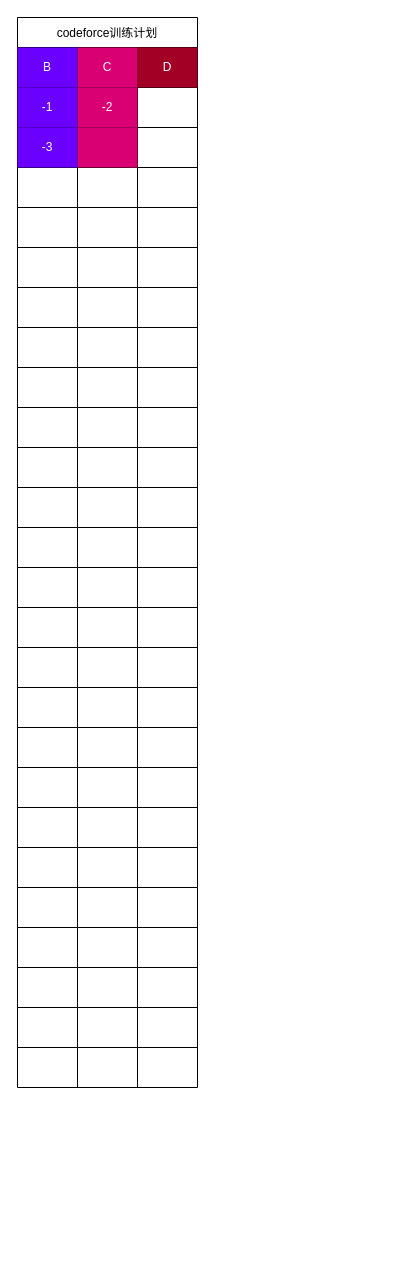
This is plan/codeforce.drawio from LightEverything/template, a draw.io file, before an edit. Source tidied: cells renumbered, new cells numbered last; positions are measured from the earlier drawing's top-left corner, leaving out a move shared by most shapes. Both pictures are drawn from the tidied source at 100%, with x=0, y=0 at pixel (17, 17).
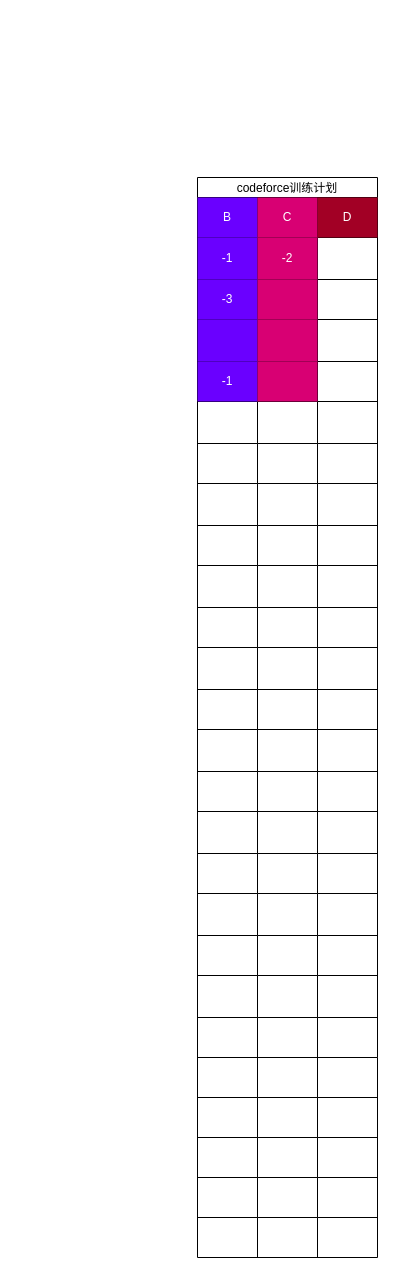
The same diagram, later.

Commit message (it also covers changes not shown here):
添加了单样例

What changed in the source:
```diff
@@
-    <mxCell id="2" value="codeforce训练计划" style="shape=table;startSize=30;childLayout=tableLayout;" parent="1" vertex="1">
-      <mxGeometry width="180" height="870" as="geometry" />
+    <mxCell id="2" value="codeforce训练计划" style="shape=table;startSize=20;childLayout=tableLayout;" parent="1" vertex="1">
+      <mxGeometry x="180" y="160" width="180" height="880" as="geometry" />
     </mxCell>
     <mxCell id="3" style="shape=partialRectangle;fillColor=none;top=0;left=0;bottom=0;right=0;" parent="2" vertex="1">
-      <mxGeometry y="30" width="180" height="40" as="geometry" />
+      <mxGeometry y="20" width="180" height="40" as="geometry" />
     </mxCell>
@@
     <mxCell id="7" style="shape=partialRectangle;fillColor=none;top=0;left=0;bottom=0;right=0;" parent="2" vertex="1">
-      <mxGeometry y="70" width="180" height="40" as="geometry" />
+      <mxGeometry y="60" width="180" height="42" as="geometry" />
     </mxCell>
     <mxCell id="8" value="-1" style="shape=partialRectangle;html=1;whiteSpace=wrap;overflow=hidden;fillColor=#6a00ff;top=0;left=0;bottom=0;right=0;fontColor=#ffffff;strokeColor=#3700CC;" parent="7" vertex="1">
-      <mxGeometry width="60" height="40" as="geometry" />
+      <mxGeometry width="60" height="42" as="geometry" />
     </mxCell>
     <mxCell id="9" value="-2" style="shape=partialRectangle;html=1;whiteSpace=wrap;overflow=hidden;fillColor=#d80073;top=0;left=0;bottom=0;right=0;fontColor=#ffffff;strokeColor=#A50040;" parent="7" vertex="1">
-      <mxGeometry x="60" width="60" height="40" as="geometry" />
+      <mxGeometry x="60" width="60" height="42" as="geometry" />
     </mxCell>
     <mxCell id="10" style="shape=partialRectangle;html=1;whiteSpace=wrap;overflow=hidden;fillColor=none;top=0;left=0;bottom=0;right=0;" parent="7" vertex="1">
-      <mxGeometry x="120" width="60" height="40" as="geometry" />
+      <mxGeometry x="120" width="60" height="42" as="geometry" />
     </mxCell>
     <mxCell id="11" style="shape=partialRectangle;fillColor=none;top=0;left=0;bottom=0;right=0;" parent="2" vertex="1">
-      <mxGeometry y="110" width="180" height="40" as="geometry" />
+      <mxGeometry y="102" width="180" height="40" as="geometry" />
     </mxCell>
@@
     <mxCell id="15" style="shape=partialRectangle;fillColor=none;top=0;left=0;bottom=0;right=0;" parent="2" vertex="1">
-      <mxGeometry y="150" width="180" height="40" as="geometry" />
+      <mxGeometry y="142" width="180" height="42" as="geometry" />
     </mxCell>
-    <mxCell id="16" style="shape=partialRectangle;html=1;whiteSpace=wrap;overflow=hidden;fillColor=none;top=0;left=0;bottom=0;right=0;" parent="15" vertex="1">
-      <mxGeometry width="60" height="40" as="geometry" />
+    <mxCell id="16" style="shape=partialRectangle;html=1;whiteSpace=wrap;overflow=hidden;fillColor=#6a00ff;top=0;left=0;bottom=0;right=0;fontColor=#ffffff;strokeColor=#3700CC;" parent="15" vertex="1">
+      <mxGeometry width="60" height="42" as="geometry" />
     </mxCell>
-    <mxCell id="17" style="shape=partialRectangle;html=1;whiteSpace=wrap;overflow=hidden;fillColor=none;top=0;left=0;bottom=0;right=0;" parent="15" vertex="1">
-      <mxGeometry x="60" width="60" height="40" as="geometry" />
+    <mxCell id="17" style="shape=partialRectangle;html=1;whiteSpace=wrap;overflow=hidden;fillColor=#d80073;top=0;left=0;bottom=0;right=0;fontColor=#ffffff;strokeColor=#A50040;" parent="15" vertex="1">
+      <mxGeometry x="60" width="60" height="42" as="geometry" />
     </mxCell>
     <mxCell id="18" style="shape=partialRectangle;html=1;whiteSpace=wrap;overflow=hidden;fillColor=none;top=0;left=0;bottom=0;right=0;" parent="15" vertex="1">
-      <mxGeometry x="120" width="60" height="40" as="geometry" />
+      <mxGeometry x="120" width="60" height="42" as="geometry" />
     </mxCell>
     <mxCell id="19" style="shape=partialRectangle;fillColor=none;top=0;left=0;bottom=0;right=0;" parent="2" vertex="1">
-      <mxGeometry y="190" width="180" height="40" as="geometry" />
+      <mxGeometry y="184" width="180" height="40" as="geometry" />
     </mxCell>
-    <mxCell id="20" style="shape=partialRectangle;html=1;whiteSpace=wrap;overflow=hidden;fillColor=none;top=0;left=0;bottom=0;right=0;" parent="19" vertex="1">
+    <mxCell id="20" value="-1" style="shape=partialRectangle;html=1;whiteSpace=wrap;overflow=hidden;fillColor=#6a00ff;top=0;left=0;bottom=0;right=0;fontColor=#ffffff;strokeColor=#3700CC;" parent="19" vertex="1">
       <mxGeometry width="60" height="40" as="geometry" />
     </mxCell>
-    <mxCell id="21" style="shape=partialRectangle;html=1;whiteSpace=wrap;overflow=hidden;fillColor=none;top=0;left=0;bottom=0;right=0;" parent="19" vertex="1">
+    <mxCell id="21" style="shape=partialRectangle;html=1;whiteSpace=wrap;overflow=hidden;fillColor=#d80073;top=0;left=0;bottom=0;right=0;fontColor=#ffffff;strokeColor=#A50040;" parent="19" vertex="1">
       <mxGeometry x="60" width="60" height="40" as="geometry" />
     </mxCell>
@@
     <mxCell id="23" style="shape=partialRectangle;fillColor=none;top=0;left=0;bottom=0;right=0;" parent="2" vertex="1">
-      <mxGeometry y="230" width="180" height="40" as="geometry" />
+      <mxGeometry y="224" width="180" height="42" as="geometry" />
     </mxCell>
     <mxCell id="24" style="shape=partialRectangle;html=1;whiteSpace=wrap;overflow=hidden;fillColor=none;top=0;left=0;bottom=0;right=0;" parent="23" vertex="1">
-      <mxGeometry width="60" height="40" as="geometry" />
+      <mxGeometry width="60" height="42" as="geometry" />
     </mxCell>
     <mxCell id="25" style="shape=partialRectangle;html=1;whiteSpace=wrap;overflow=hidden;fillColor=none;top=0;left=0;bottom=0;right=0;" parent="23" vertex="1">
-      <mxGeometry x="60" width="60" height="40" as="geometry" />
+      <mxGeometry x="60" width="60" height="42" as="geometry" />
     </mxCell>
     <mxCell id="26" style="shape=partialRectangle;html=1;whiteSpace=wrap;overflow=hidden;fillColor=none;top=0;left=0;bottom=0;right=0;" parent="23" vertex="1">
-      <mxGeometry x="120" width="60" height="40" as="geometry" />
+      <mxGeometry x="120" width="60" height="42" as="geometry" />
     </mxCell>
     <mxCell id="27" style="shape=partialRectangle;fillColor=none;top=0;left=0;bottom=0;right=0;" parent="2" vertex="1">
-      <mxGeometry y="270" width="180" height="40" as="geometry" />
+      <mxGeometry y="266" width="180" height="40" as="geometry" />
     </mxCell>
@@
     <mxCell id="31" style="shape=partialRectangle;fillColor=none;top=0;left=0;bottom=0;right=0;" parent="2" vertex="1">
-      <mxGeometry y="310" width="180" height="40" as="geometry" />
+      <mxGeometry y="306" width="180" height="42" as="geometry" />
     </mxCell>
     <mxCell id="32" style="shape=partialRectangle;html=1;whiteSpace=wrap;overflow=hidden;fillColor=none;top=0;left=0;bottom=0;right=0;" parent="31" vertex="1">
-      <mxGeometry width="60" height="40" as="geometry" />
+      <mxGeometry width="60" height="42" as="geometry" />
     </mxCell>
     <mxCell id="33" style="shape=partialRectangle;html=1;whiteSpace=wrap;overflow=hidden;fillColor=none;top=0;left=0;bottom=0;right=0;" parent="31" vertex="1">
-      <mxGeometry x="60" width="60" height="40" as="geometry" />
+      <mxGeometry x="60" width="60" height="42" as="geometry" />
     </mxCell>
     <mxCell id="34" style="shape=partialRectangle;html=1;whiteSpace=wrap;overflow=hidden;fillColor=none;top=0;left=0;bottom=0;right=0;" parent="31" vertex="1">
-      <mxGeometry x="120" width="60" height="40" as="geometry" />
+      <mxGeometry x="120" width="60" height="42" as="geometry" />
     </mxCell>
     <mxCell id="35" style="shape=partialRectangle;fillColor=none;top=0;left=0;bottom=0;right=0;" parent="2" vertex="1">
-      <mxGeometry y="350" width="180" height="40" as="geometry" />
+      <mxGeometry y="348" width="180" height="40" as="geometry" />
     </mxCell>
@@
     <mxCell id="39" style="shape=partialRectangle;fillColor=none;top=0;left=0;bottom=0;right=0;" parent="2" vertex="1">
-      <mxGeometry y="390" width="180" height="40" as="geometry" />
+      <mxGeometry y="388" width="180" height="42" as="geometry" />
     </mxCell>
     <mxCell id="40" style="shape=partialRectangle;html=1;whiteSpace=wrap;overflow=hidden;fillColor=none;top=0;left=0;bottom=0;right=0;" parent="39" vertex="1">
-      <mxGeometry width="60" height="40" as="geometry" />
+      <mxGeometry width="60" height="42" as="geometry" />
     </mxCell>
     <mxCell id="41" style="shape=partialRectangle;html=1;whiteSpace=wrap;overflow=hidden;fillColor=none;top=0;left=0;bottom=0;right=0;" parent="39" vertex="1">
-      <mxGeometry x="60" width="60" height="40" as="geometry" />
+      <mxGeometry x="60" width="60" height="42" as="geometry" />
     </mxCell>
     <mxCell id="42" style="shape=partialRectangle;html=1;whiteSpace=wrap;overflow=hidden;fillColor=none;top=0;left=0;bottom=0;right=0;" parent="39" vertex="1">
-      <mxGeometry x="120" width="60" height="40" as="geometry" />
+      <mxGeometry x="120" width="60" height="42" as="geometry" />
     </mxCell>
@@
     <mxCell id="47" style="shape=partialRectangle;fillColor=none;top=0;left=0;bottom=0;right=0;" parent="2" vertex="1">
-      <mxGeometry y="470" width="180" height="40" as="geometry" />
+      <mxGeometry y="470" width="180" height="42" as="geometry" />
     </mxCell>
     <mxCell id="48" style="shape=partialRectangle;html=1;whiteSpace=wrap;overflow=hidden;fillColor=none;top=0;left=0;bottom=0;right=0;" parent="47" vertex="1">
-      <mxGeometry width="60" height="40" as="geometry" />
+      <mxGeometry width="60" height="42" as="geometry" />
     </mxCell>
     <mxCell id="49" style="shape=partialRectangle;html=1;whiteSpace=wrap;overflow=hidden;fillColor=none;top=0;left=0;bottom=0;right=0;" parent="47" vertex="1">
-      <mxGeometry x="60" width="60" height="40" as="geometry" />
+      <mxGeometry x="60" width="60" height="42" as="geometry" />
     </mxCell>
     <mxCell id="50" style="shape=partialRectangle;html=1;whiteSpace=wrap;overflow=hidden;fillColor=none;top=0;left=0;bottom=0;right=0;" parent="47" vertex="1">
-      <mxGeometry x="120" width="60" height="40" as="geometry" />
+      <mxGeometry x="120" width="60" height="42" as="geometry" />
     </mxCell>
     <mxCell id="51" style="shape=partialRectangle;fillColor=none;top=0;left=0;bottom=0;right=0;" parent="2" vertex="1">
-      <mxGeometry y="510" width="180" height="40" as="geometry" />
+      <mxGeometry y="512" width="180" height="40" as="geometry" />
     </mxCell>
@@
     <mxCell id="55" style="shape=partialRectangle;fillColor=none;top=0;left=0;bottom=0;right=0;" parent="2" vertex="1">
-      <mxGeometry y="550" width="180" height="40" as="geometry" />
+      <mxGeometry y="552" width="180" height="42" as="geometry" />
     </mxCell>
     <mxCell id="56" style="shape=partialRectangle;html=1;whiteSpace=wrap;overflow=hidden;fillColor=none;top=0;left=0;bottom=0;right=0;" parent="55" vertex="1">
-      <mxGeometry width="60" height="40" as="geometry" />
+      <mxGeometry width="60" height="42" as="geometry" />
     </mxCell>
     <mxCell id="57" style="shape=partialRectangle;html=1;whiteSpace=wrap;overflow=hidden;fillColor=none;top=0;left=0;bottom=0;right=0;" parent="55" vertex="1">
-      <mxGeometry x="60" width="60" height="40" as="geometry" />
+      <mxGeometry x="60" width="60" height="42" as="geometry" />
     </mxCell>
     <mxCell id="58" style="shape=partialRectangle;html=1;whiteSpace=wrap;overflow=hidden;fillColor=none;top=0;left=0;bottom=0;right=0;" parent="55" vertex="1">
-      <mxGeometry x="120" width="60" height="40" as="geometry" />
+      <mxGeometry x="120" width="60" height="42" as="geometry" />
     </mxCell>
     <mxCell id="59" style="shape=partialRectangle;fillColor=none;top=0;left=0;bottom=0;right=0;" parent="2" vertex="1">
-      <mxGeometry y="590" width="180" height="40" as="geometry" />
+      <mxGeometry y="594" width="180" height="40" as="geometry" />
     </mxCell>
@@
     <mxCell id="63" style="shape=partialRectangle;fillColor=none;top=0;left=0;bottom=0;right=0;" parent="2" vertex="1">
-      <mxGeometry y="630" width="180" height="40" as="geometry" />
+      <mxGeometry y="634" width="180" height="42" as="geometry" />
     </mxCell>
     <mxCell id="64" style="shape=partialRectangle;html=1;whiteSpace=wrap;overflow=hidden;fillColor=none;top=0;left=0;bottom=0;right=0;" parent="63" vertex="1">
-      <mxGeometry width="60" height="40" as="geometry" />
+      <mxGeometry width="60" height="42" as="geometry" />
     </mxCell>
     <mxCell id="65" style="shape=partialRectangle;html=1;whiteSpace=wrap;overflow=hidden;fillColor=none;top=0;left=0;bottom=0;right=0;" parent="63" vertex="1">
-      <mxGeometry x="60" width="60" height="40" as="geometry" />
+      <mxGeometry x="60" width="60" height="42" as="geometry" />
     </mxCell>
     <mxCell id="66" style="shape=partialRectangle;html=1;whiteSpace=wrap;overflow=hidden;fillColor=none;top=0;left=0;bottom=0;right=0;" parent="63" vertex="1">
-      <mxGeometry x="120" width="60" height="40" as="geometry" />
+      <mxGeometry x="120" width="60" height="42" as="geometry" />
     </mxCell>
     <mxCell id="67" style="shape=partialRectangle;fillColor=none;top=0;left=0;bottom=0;right=0;" parent="2" vertex="1">
-      <mxGeometry y="670" width="180" height="40" as="geometry" />
+      <mxGeometry y="676" width="180" height="40" as="geometry" />
     </mxCell>
@@
     <mxCell id="71" style="shape=partialRectangle;fillColor=none;top=0;left=0;bottom=0;right=0;" parent="2" vertex="1">
-      <mxGeometry y="710" width="180" height="40" as="geometry" />
+      <mxGeometry y="716" width="180" height="42" as="geometry" />
     </mxCell>
     <mxCell id="72" style="shape=partialRectangle;html=1;whiteSpace=wrap;overflow=hidden;fillColor=none;top=0;left=0;bottom=0;right=0;" parent="71" vertex="1">
-      <mxGeometry width="60" height="40" as="geometry" />
+      <mxGeometry width="60" height="42" as="geometry" />
     </mxCell>
     <mxCell id="73" style="shape=partialRectangle;html=1;whiteSpace=wrap;overflow=hidden;fillColor=none;top=0;left=0;bottom=0;right=0;" parent="71" vertex="1">
-      <mxGeometry x="60" width="60" height="40" as="geometry" />
+      <mxGeometry x="60" width="60" height="42" as="geometry" />
     </mxCell>
     <mxCell id="74" style="shape=partialRectangle;html=1;whiteSpace=wrap;overflow=hidden;fillColor=none;top=0;left=0;bottom=0;right=0;" parent="71" vertex="1">
-      <mxGeometry x="120" width="60" height="40" as="geometry" />
+      <mxGeometry x="120" width="60" height="42" as="geometry" />
     </mxCell>
     <mxCell id="75" style="shape=partialRectangle;fillColor=none;top=0;left=0;bottom=0;right=0;" parent="2" vertex="1">
-      <mxGeometry y="750" width="180" height="40" as="geometry" />
+      <mxGeometry y="758" width="180" height="40" as="geometry" />
     </mxCell>
@@
     <mxCell id="79" style="shape=partialRectangle;fillColor=none;top=0;left=0;bottom=0;right=0;" parent="2" vertex="1">
-      <mxGeometry y="790" width="180" height="40" as="geometry" />
+      <mxGeometry y="798" width="180" height="42" as="geometry" />
     </mxCell>
     <mxCell id="80" style="shape=partialRectangle;html=1;whiteSpace=wrap;overflow=hidden;fillColor=none;top=0;left=0;bottom=0;right=0;" parent="79" vertex="1">
-      <mxGeometry width="60" height="40" as="geometry" />
+      <mxGeometry width="60" height="42" as="geometry" />
     </mxCell>
     <mxCell id="81" style="shape=partialRectangle;html=1;whiteSpace=wrap;overflow=hidden;fillColor=none;top=0;left=0;bottom=0;right=0;" parent="79" vertex="1">
-      <mxGeometry x="60" width="60" height="40" as="geometry" />
+      <mxGeometry x="60" width="60" height="42" as="geometry" />
     </mxCell>
     <mxCell id="82" style="shape=partialRectangle;html=1;whiteSpace=wrap;overflow=hidden;fillColor=none;top=0;left=0;bottom=0;right=0;" parent="79" vertex="1">
-      <mxGeometry x="120" width="60" height="40" as="geometry" />
+      <mxGeometry x="120" width="60" height="42" as="geometry" />
     </mxCell>
     <mxCell id="83" style="shape=partialRectangle;fillColor=none;top=0;left=0;bottom=0;right=0;" parent="2" vertex="1">
-      <mxGeometry y="830" width="180" height="40" as="geometry" />
+      <mxGeometry y="840" width="180" height="40" as="geometry" />
     </mxCell>
@@
     <mxCell id="87" style="shape=table;startSize=0;childLayout=tableLayout;" parent="1" vertex="1">
-      <mxGeometry y="870" width="180" height="200" as="geometry" />
+      <mxGeometry x="180" y="1040" width="180" height="200" as="geometry" />
     </mxCell>
```
